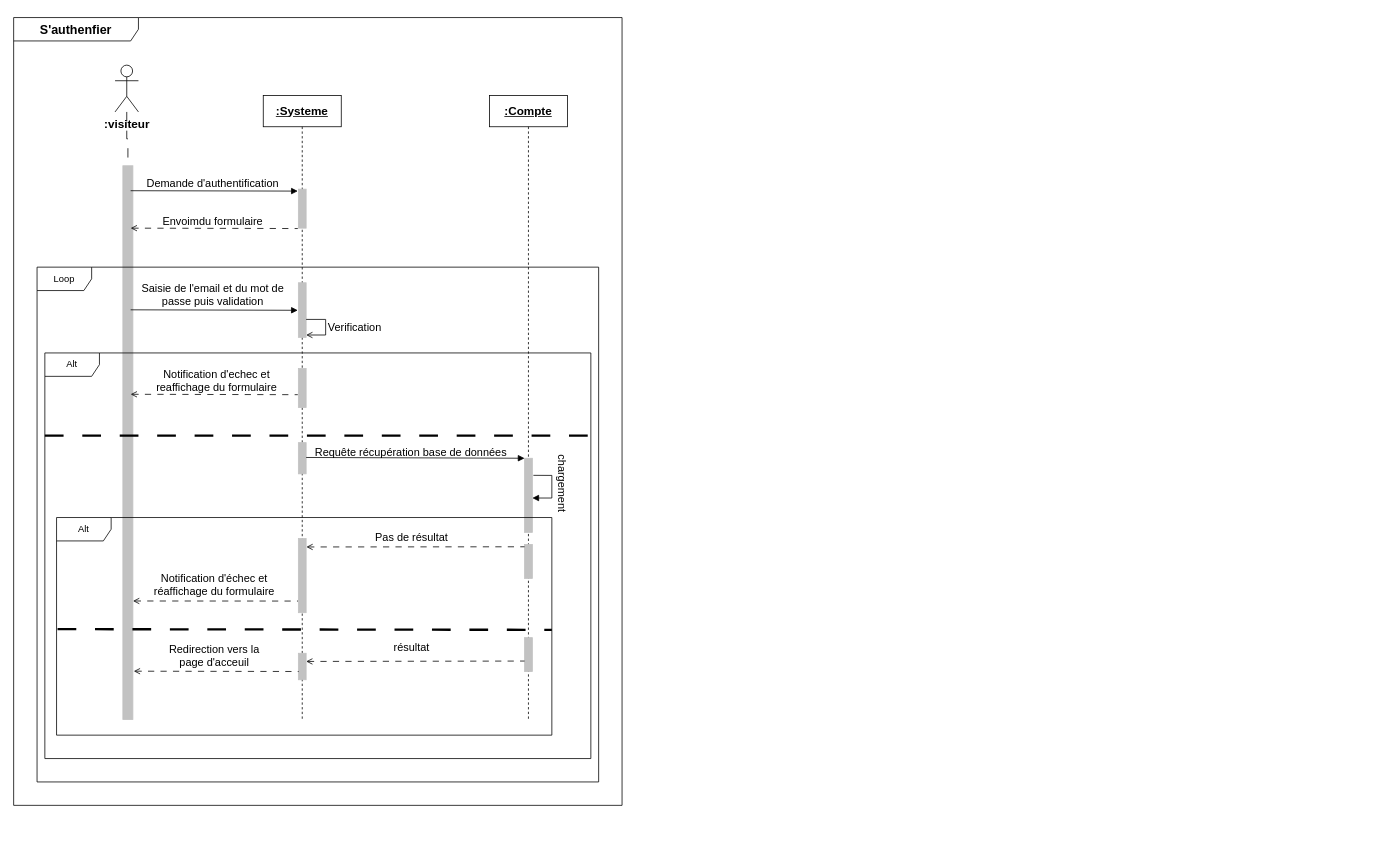
This is res/Sequences fadyl store.drawio from Meshavegas/Fadhyl-Store, a draw.io file, before an edit. Source tidied: cells renumbered, new cells numbered last; positions are measured from the earlier drawing's top-left corner, leaving out a move shared by most shapes. Both pictures are drawn from the tidied source at 78%, with x=0, y=0 at pixel (13, 17).
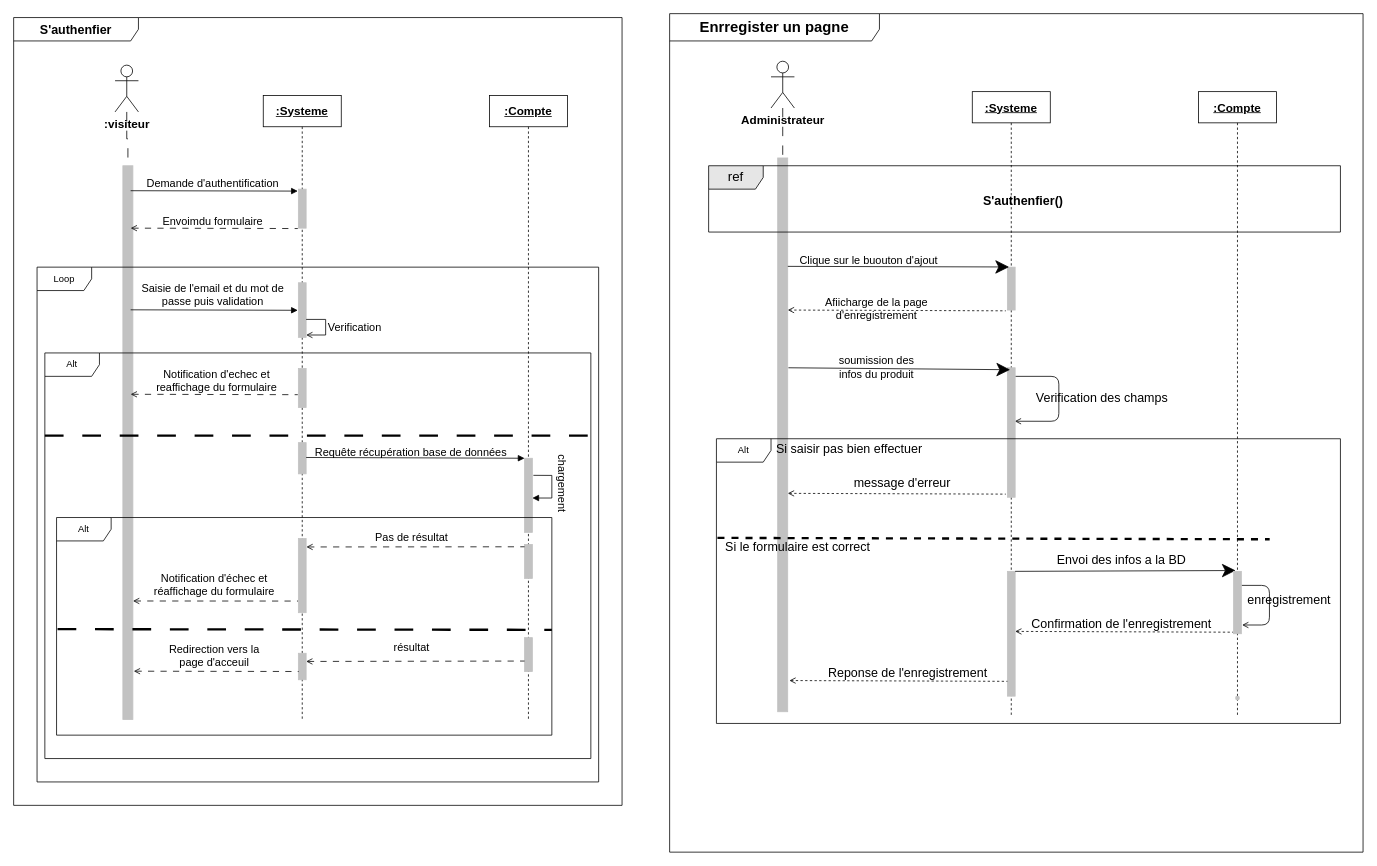
The same page after the edit.

The edit, as a diff of the source:
```diff
@@
+    <mxCell id="44" value="&lt;font style=&quot;font-size: 15px;&quot;&gt;&lt;b&gt;&lt;u&gt;:Systeme&lt;/u&gt;&lt;/b&gt;&lt;/font&gt;" style="shape=umlLifeline;perimeter=lifelinePerimeter;whiteSpace=wrap;html=1;newEdgeStyle={&quot;edgeStyle&quot;:&quot;elbowEdgeStyle&quot;,&quot;elbow&quot;:&quot;vertical&quot;,&quot;curved&quot;:0,&quot;rounded&quot;:0};strokeColor=default;fontFamily=Helvetica;fontSize=12;fontColor=default;fillColor=default;" parent="1" vertex="1">
+      <mxGeometry x="1229" y="95" width="100" height="800" as="geometry" />
+    </mxCell>
@@
+    <mxCell id="45" value="&lt;font size=&quot;1&quot; style=&quot;&quot;&gt;&lt;b style=&quot;font-size: 19px;&quot;&gt;Enrregister un pagne&lt;/b&gt;&lt;/font&gt;" style="shape=umlFrame;whiteSpace=wrap;html=1;width=269;height=35;" parent="1" vertex="1">
+      <mxGeometry x="841" y="-5" width="889" height="1075" as="geometry" />
+    </mxCell>
+    <mxCell id="46" style="html=1;points=[];perimeter=orthogonalPerimeter;fillColor=strokeColor;strokeColor=#c2c2c2;fontFamily=Helvetica;fontSize=12;fontColor=default;" parent="45" vertex="1">
+      <mxGeometry x="138.5" y="185" width="12.9" height="710" as="geometry" />
+    </mxCell>
+    <mxCell id="47" value="&lt;font style=&quot;font-size: 17px;&quot;&gt;ref&lt;/font&gt;" style="shape=umlFrame;whiteSpace=wrap;html=1;width=70;strokeColor=default;fontFamily=Helvetica;fontSize=12;fontColor=default;fillColor=#E6E6E6;height=30;" parent="45" vertex="1">
+      <mxGeometry x="50" y="195" width="810" height="85" as="geometry" />
+    </mxCell>
+    <mxCell id="48" style="html=1;points=[];perimeter=orthogonalPerimeter;fillColor=strokeColor;strokeColor=#c2c2c2;fontFamily=Helvetica;fontSize=12;fontColor=default;" parent="45" vertex="1">
+      <mxGeometry x="433" y="325" width="10" height="55" as="geometry" />
+    </mxCell>
+    <mxCell id="49" style="edgeStyle=orthogonalEdgeStyle;rounded=1;orthogonalLoop=1;jettySize=auto;html=1;entryX=0.95;entryY=0.413;entryDx=0;entryDy=0;entryPerimeter=0;endArrow=open;endFill=0;" parent="45" edge="1" source="50" target="50">
+      <mxGeometry relative="1" as="geometry">
+        <Array as="points">
+          <mxPoint x="499" y="465" />
+          <mxPoint x="499" y="523" />
+        </Array>
+      </mxGeometry>
+    </mxCell>
+    <mxCell id="50" style="html=1;points=[];perimeter=orthogonalPerimeter;fillColor=strokeColor;strokeColor=#c2c2c2;fontFamily=Helvetica;fontSize=12;fontColor=default;" parent="45" vertex="1">
+      <mxGeometry x="433" y="454" width="10" height="166" as="geometry" />
+    </mxCell>
+    <mxCell id="51" style="endArrow=classic;html=1;rounded=0;entryX=0.22;entryY=-0.004;entryDx=0;entryDy=0;entryPerimeter=0;endSize=15;" parent="45" edge="1" target="48">
+      <mxGeometry relative="1" as="geometry">
+        <mxPoint x="151.5" y="324" as="sourcePoint" />
+      </mxGeometry>
+    </mxCell>
+    <mxCell id="52" style="endArrow=none;html=1;rounded=0;entryX=-0.2;entryY=1.018;entryDx=0;entryDy=0;entryPerimeter=0;startArrow=open;startFill=0;endFill=0;dashed=1;" parent="45" edge="1" target="48">
+      <mxGeometry relative="1" as="geometry">
+        <mxPoint x="151.5" y="380" as="sourcePoint" />
+      </mxGeometry>
+    </mxCell>
+    <mxCell id="53" style="endArrow=classic;html=1;rounded=0;entryX=0.357;entryY=0.015;entryDx=0;entryDy=0;entryPerimeter=0;endSize=15;" parent="45" edge="1" target="50">
+      <mxGeometry relative="1" as="geometry">
+        <mxPoint x="152.3" y="454" as="sourcePoint" />
+      </mxGeometry>
+    </mxCell>
+    <mxCell id="54" value="&lt;font style=&quot;font-size: 14px;&quot;&gt;Afiicharge de la page&lt;br&gt;d'enregistrement&lt;/font&gt;" style="text;html=1;align=center;verticalAlign=middle;strokeColor=none;fillColor=none;" parent="45" vertex="1">
+      <mxGeometry x="185" y="353" width="160" height="50" as="geometry" />
+    </mxCell>
+    <mxCell id="55" value="&lt;span style=&quot;font-size: 14px;&quot;&gt;soumission des &lt;br&gt;infos du produit&lt;/span&gt;" style="text;html=1;align=center;verticalAlign=middle;strokeColor=none;fillColor=none;" parent="45" vertex="1">
+      <mxGeometry x="205" y="428" width="120" height="50" as="geometry" />
+    </mxCell>
+    <mxCell id="56" value="Alt" style="shape=umlFrame;whiteSpace=wrap;html=1;width=70;strokeColor=default;fontFamily=Helvetica;fontSize=12;fontColor=default;fillColor=default;height=30;" parent="45" vertex="1">
+      <mxGeometry x="60" y="545" width="800" height="365" as="geometry" />
+    </mxCell>
+    <mxCell id="57" style="html=1;verticalAlign=bottom;labelBackgroundColor=none;endArrow=none;endFill=0;rounded=0;fontFamily=Helvetica;fontSize=12;fontColor=default;startArrow=none;startFill=0;dashed=1;strokeWidth=3;exitX=0.002;exitY=0.532;exitDx=0;exitDy=0;exitPerimeter=0;entryX=0.999;entryY=0.397;entryDx=0;entryDy=0;entryPerimeter=0;" parent="56" edge="1">
+      <mxGeometry relative="1" as="geometry">
+        <mxPoint x="1.3" y="127.1" as="sourcePoint" />
+        <mxPoint x="709.3" y="128.9" as="targetPoint" />
+      </mxGeometry>
+    </mxCell>
+    <mxCell id="58" value="&lt;font style=&quot;font-size: 16px;&quot;&gt;Si saisir pas bien effectuer&lt;/font&gt;" style="text;html=1;align=center;verticalAlign=middle;strokeColor=none;fillColor=none;" parent="56" vertex="1">
+      <mxGeometry x="65" y="-2" width="210" height="30" as="geometry" />
+    </mxCell>
+    <mxCell id="59" style="endArrow=none;html=1;rounded=0;entryX=-0.2;entryY=1.018;entryDx=0;entryDy=0;entryPerimeter=0;startArrow=open;startFill=0;endFill=0;dashed=1;" parent="56" edge="1">
+      <mxGeometry relative="1" as="geometry">
+        <mxPoint x="91.5" y="70" as="sourcePoint" />
+        <mxPoint x="371" y="71" as="targetPoint" />
+      </mxGeometry>
+    </mxCell>
+    <mxCell id="60" value="&lt;font style=&quot;font-size: 16px;&quot;&gt;message d'erreur&lt;/font&gt;" style="text;html=1;align=center;verticalAlign=middle;strokeColor=none;fillColor=none;" parent="56" vertex="1">
+      <mxGeometry x="163" y="42" width="150" height="30" as="geometry" />
+    </mxCell>
+    <mxCell id="61" style="html=1;perimeter=orthogonalPerimeter;fillColor=strokeColor;strokeColor=#c2c2c2;fontFamily=Helvetica;fontSize=12;fontColor=default;" parent="56" vertex="1">
+      <mxGeometry x="373" y="170" width="10" height="160" as="geometry" />
+    </mxCell>
+    <mxCell id="62" style="endArrow=classic;html=1;rounded=0;entryX=0.271;entryY=-0.013;entryDx=0;entryDy=0;entryPerimeter=0;endSize=15;" parent="56" edge="1" target="78">
+      <mxGeometry relative="1" as="geometry">
+        <mxPoint x="383" y="170" as="sourcePoint" />
+      </mxGeometry>
+    </mxCell>
+    <mxCell id="63" style="endArrow=none;html=1;rounded=0;entryX=-0.2;entryY=1.018;entryDx=0;entryDy=0;entryPerimeter=0;startArrow=open;startFill=0;endFill=0;dashed=1;" parent="56" edge="1">
+      <mxGeometry relative="1" as="geometry">
+        <mxPoint x="383" y="247" as="sourcePoint" />
+        <mxPoint x="662.5" y="248" as="targetPoint" />
+      </mxGeometry>
+    </mxCell>
+    <mxCell id="64" value="&lt;font style=&quot;font-size: 16px;&quot;&gt;Confirmation de l'enregistrement&lt;/font&gt;" style="text;html=1;align=center;verticalAlign=middle;strokeColor=none;fillColor=none;" parent="56" vertex="1">
+      <mxGeometry x="394" y="222" width="250" height="30" as="geometry" />
+    </mxCell>
+    <mxCell id="65" style="endArrow=none;html=1;rounded=0;entryX=-0.2;entryY=1.018;entryDx=0;entryDy=0;entryPerimeter=0;startArrow=open;startFill=0;endFill=0;dashed=1;" parent="56" edge="1">
+      <mxGeometry relative="1" as="geometry">
+        <mxPoint x="93.5" y="310" as="sourcePoint" />
+        <mxPoint x="373" y="311" as="targetPoint" />
+      </mxGeometry>
+    </mxCell>
+    <mxCell id="66" value="&lt;font style=&quot;font-size: 16px;&quot;&gt;Reponse de l'enregistrement&lt;/font&gt;" style="text;html=1;align=center;verticalAlign=middle;strokeColor=none;fillColor=none;" parent="56" vertex="1">
+      <mxGeometry x="130" y="285" width="230" height="30" as="geometry" />
+    </mxCell>
+    <mxCell id="67" value="&lt;font style=&quot;font-size: 16px;&quot;&gt;Envoi des infos a la BD&lt;/font&gt;" style="text;html=1;align=center;verticalAlign=middle;strokeColor=none;fillColor=none;" parent="56" vertex="1">
+      <mxGeometry x="424" y="140" width="190" height="30" as="geometry" />
+    </mxCell>
+    <mxCell id="68" value="&lt;span style=&quot;font-size: 16px;&quot;&gt;enregistrement&lt;/span&gt;" style="text;html=1;align=center;verticalAlign=middle;strokeColor=none;fillColor=none;" parent="56" vertex="1">
+      <mxGeometry x="669" y="192" width="130" height="30" as="geometry" />
+    </mxCell>
+    <mxCell id="69" value="&lt;font style=&quot;font-size: 16px;&quot;&gt;Si le formulaire est correct&lt;/font&gt;" style="text;html=1;align=center;verticalAlign=middle;strokeColor=none;fillColor=none;" parent="45" vertex="1">
+      <mxGeometry x="59" y="668" width="210" height="30" as="geometry" />
+    </mxCell>
+    <mxCell id="70" value="&lt;span style=&quot;font-size: 16px;&quot;&gt;Verification des champs&lt;/span&gt;" style="text;html=1;align=center;verticalAlign=middle;strokeColor=none;fillColor=none;" parent="45" vertex="1">
+      <mxGeometry x="459" y="478" width="190" height="30" as="geometry" />
+    </mxCell>
+    <mxCell id="71" style="edgeStyle=orthogonalEdgeStyle;rounded=0;jettySize=auto;html=1;fontFamily=Helvetica;fontSize=12;fontColor=default;endArrow=none;endFill=0;dashed=1;dashPattern=12 12;" parent="1" edge="1" source="72" target="46">
+      <mxGeometry relative="1" as="geometry" />
+    </mxCell>
+    <mxCell id="72" value="&lt;font style=&quot;font-size: 15px;&quot;&gt;&lt;b&gt;Administrateur&lt;/b&gt;&lt;/font&gt;" style="shape=umlActor;verticalLabelPosition=bottom;verticalAlign=top;html=1;strokeColor=default;fontFamily=Helvetica;fontSize=12;fontColor=default;fillColor=default;" parent="1" vertex="1">
+      <mxGeometry x="971" y="56" width="30" height="60" as="geometry" />
+    </mxCell>
+    <mxCell id="73" value="&lt;font style=&quot;font-size: 15px;&quot;&gt;&lt;b&gt;&lt;u&gt;:Compte&lt;/u&gt;&lt;/b&gt;&lt;/font&gt;" style="shape=umlLifeline;perimeter=lifelinePerimeter;whiteSpace=wrap;html=1;newEdgeStyle={&quot;edgeStyle&quot;:&quot;elbowEdgeStyle&quot;,&quot;elbow&quot;:&quot;vertical&quot;,&quot;curved&quot;:0,&quot;rounded&quot;:0};strokeColor=default;fontFamily=Helvetica;fontSize=12;fontColor=default;fillColor=default;" parent="1" vertex="1">
+      <mxGeometry x="1519" y="95" width="100" height="800" as="geometry" />
+    </mxCell>
+    <mxCell id="74" style="shape=waypoint;sketch=0;size=6;fillColor=strokeColor;perimeter=centerPerimeter;strokeColor=#c2c2c2;" parent="73" vertex="1">
+      <mxGeometry x="40" y="767.5" width="20" height="20" as="geometry" />
+    </mxCell>
+    <mxCell id="75" value="&lt;b style=&quot;border-color: var(--border-color); font-size: 16px;&quot;&gt;S'authenfier()&lt;/b&gt;" style="text;html=1;align=center;verticalAlign=middle;strokeColor=none;fillColor=none;" parent="1" vertex="1">
+      <mxGeometry x="1229" y="220" width="130" height="30" as="geometry" />
+    </mxCell>
+    <mxCell id="76" value="&lt;font style=&quot;font-size: 14px;&quot;&gt;Clique sur le buouton d'ajout&lt;/font&gt;" style="text;html=1;align=center;verticalAlign=middle;strokeColor=none;fillColor=none;" parent="1" vertex="1">
+      <mxGeometry x="996" y="296" width="200" height="30" as="geometry" />
+    </mxCell>
+    <mxCell id="77" style="edgeStyle=orthogonalEdgeStyle;rounded=1;orthogonalLoop=1;jettySize=auto;html=1;endArrow=open;endFill=0;entryX=1.092;entryY=0.86;entryDx=0;entryDy=0;entryPerimeter=0;" parent="1" edge="1" source="78" target="78">
+      <mxGeometry relative="1" as="geometry">
+        <Array as="points">
+          <mxPoint x="1610" y="728" />
+          <mxPoint x="1610" y="779" />
+        </Array>
+      </mxGeometry>
+    </mxCell>
+    <mxCell id="78" style="html=1;points=[];perimeter=orthogonalPerimeter;fillColor=strokeColor;strokeColor=#c2c2c2;fontFamily=Helvetica;fontSize=12;fontColor=default;" parent="1" vertex="1">
+      <mxGeometry x="1564" y="710" width="10" height="80" as="geometry" />
+    </mxCell>
```
